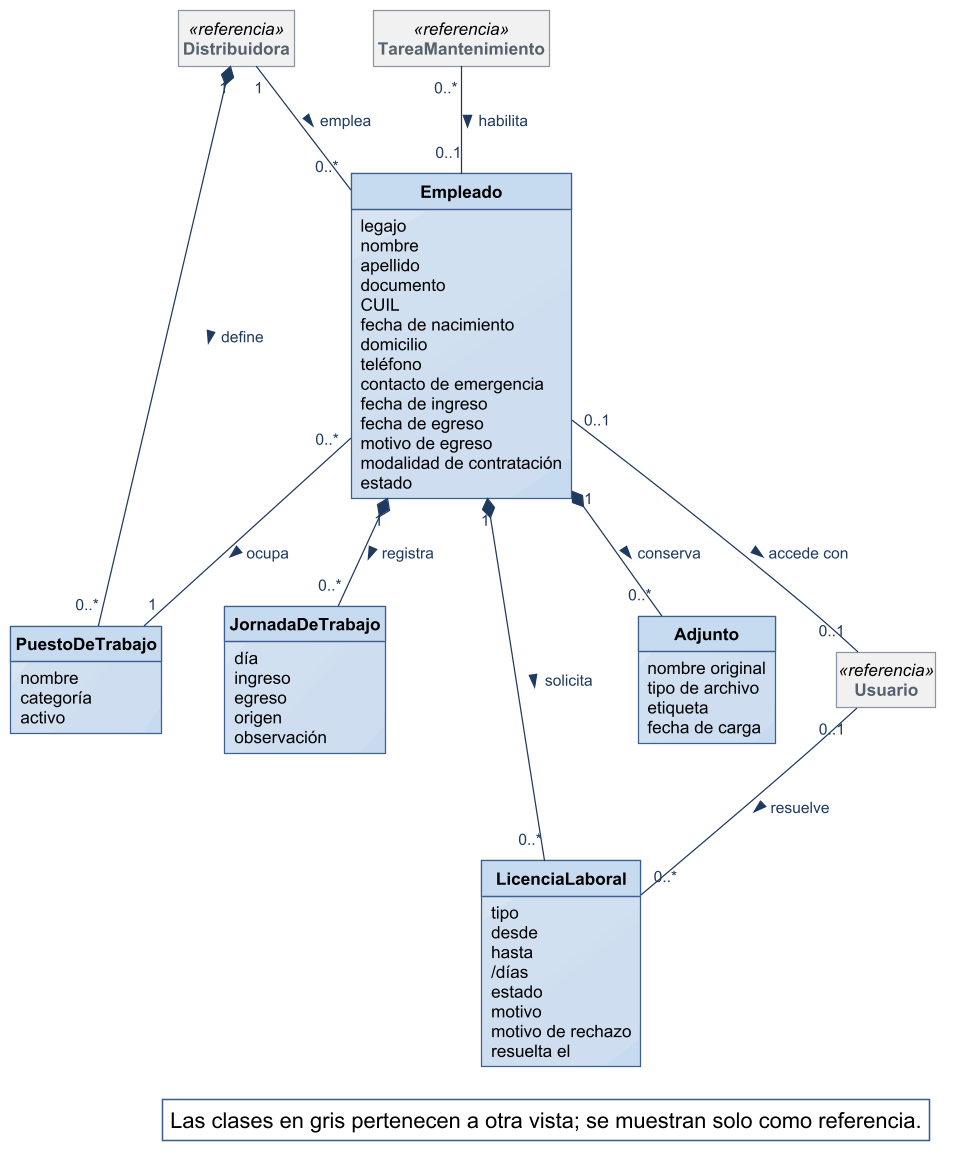
Above: diagramas/modelo-conceptual/MC_Personal.png in Nahuelito-Dev/splg-docs (PlantUML), before the change.
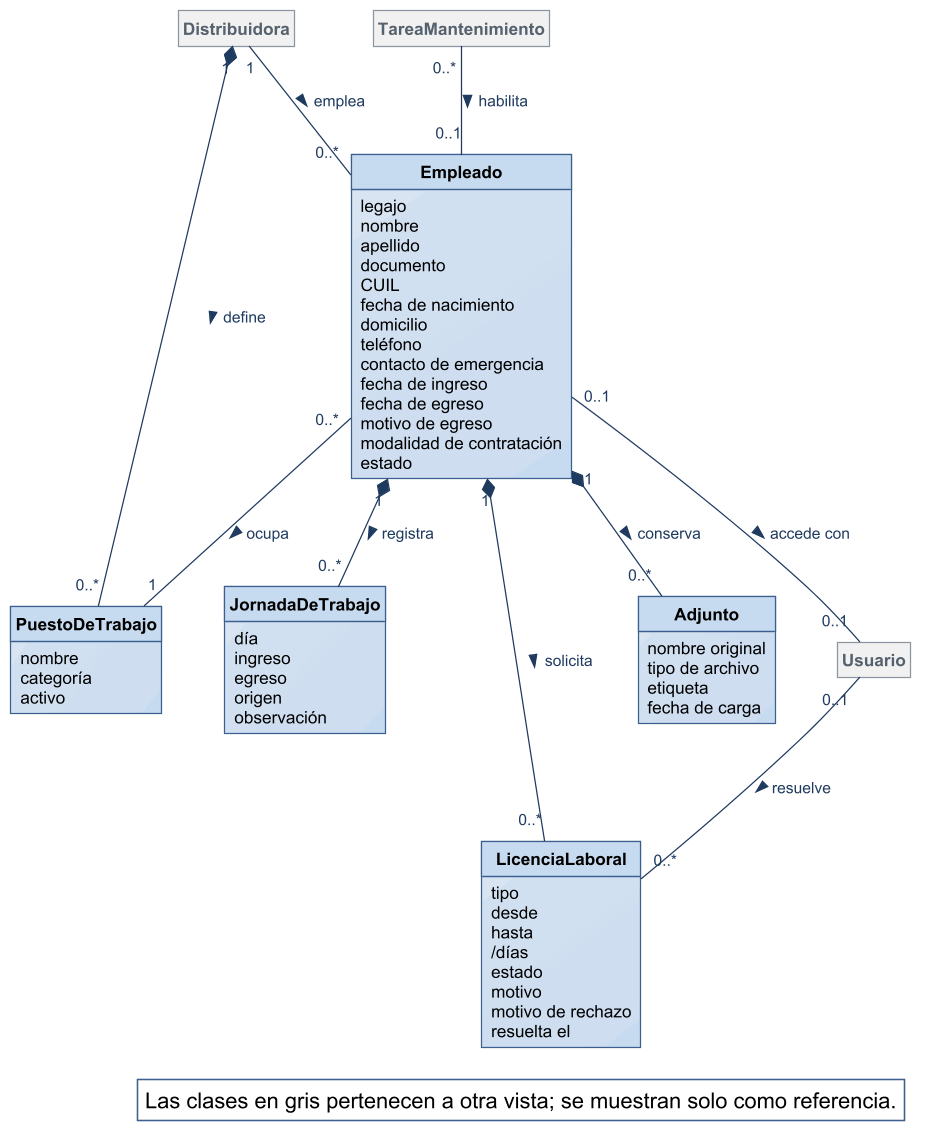
The same file after the commit.

What changed in the source:
```diff
@@ -2,11 +2,6 @@
 !include ../estilo-vp.iuml
 skinparam nodesep 40
 skinparam ranksep 55
-skinparam class<<referencia>> {
-  BackgroundColor #F1F1F1
-  BorderColor #8A97A3
-  FontColor #55616C
-}
 skinparam packageStyle rectangle
 hide circle
 hide methods
@@ -56,9 +51,9 @@
   etiqueta
   fecha de carga
 }
-class Distribuidora <<referencia>>
-class Usuario <<referencia>>
-class TareaMantenimiento <<referencia>>
+class Distribuidora #F1F1F1;line:8A97A3;text:55616C
+class Usuario #F1F1F1;line:8A97A3;text:55616C
+class TareaMantenimiento #F1F1F1;line:8A97A3;text:55616C
 
 
 Distribuidora "1" -- "0..*" Empleado : emplea >
```
